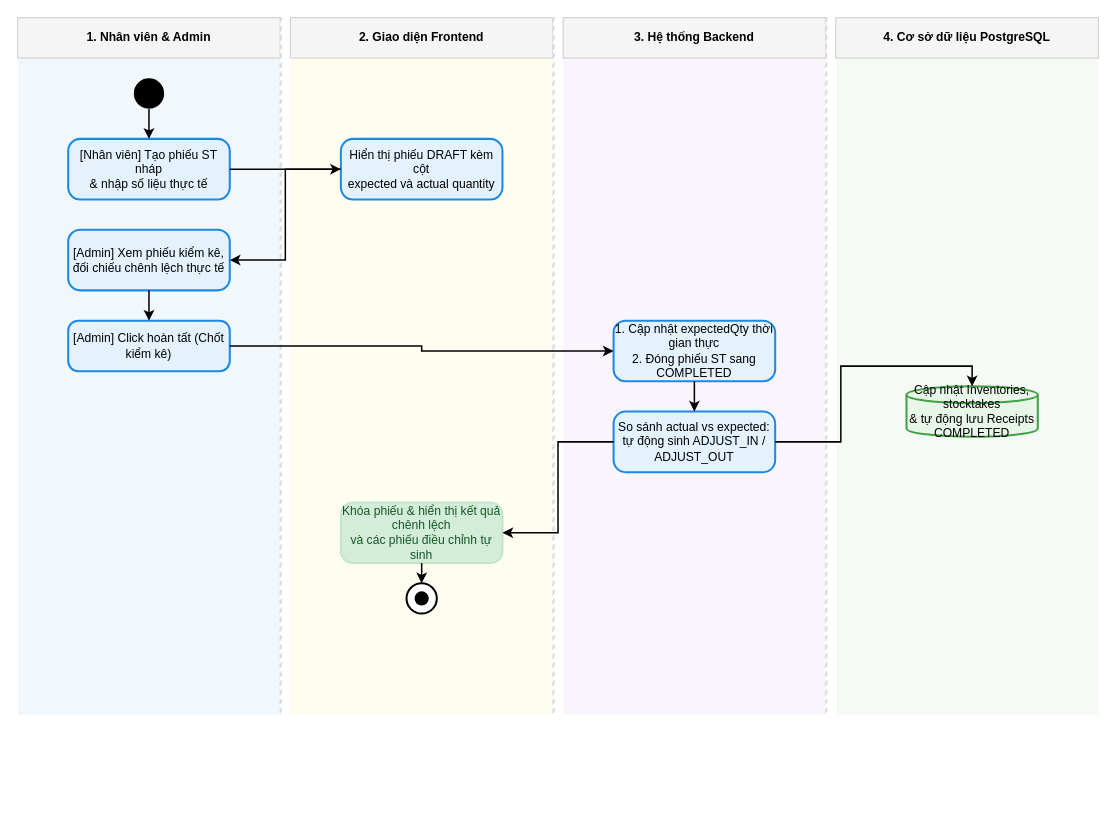
Before: diagrams/admin/chuc_nang_kiem_ke_kho_admin.drawio in Nghiatv2006/KhoHang, a draw.io diagram. Source tidied: cells renumbered, new cells numbered last; positions are measured from the earlier drawing's top-left corner, leaving out a move shared by most shapes. Both pictures are drawn from the tidied source at 101%, with x=0, y=0 at pixel (17, 17).
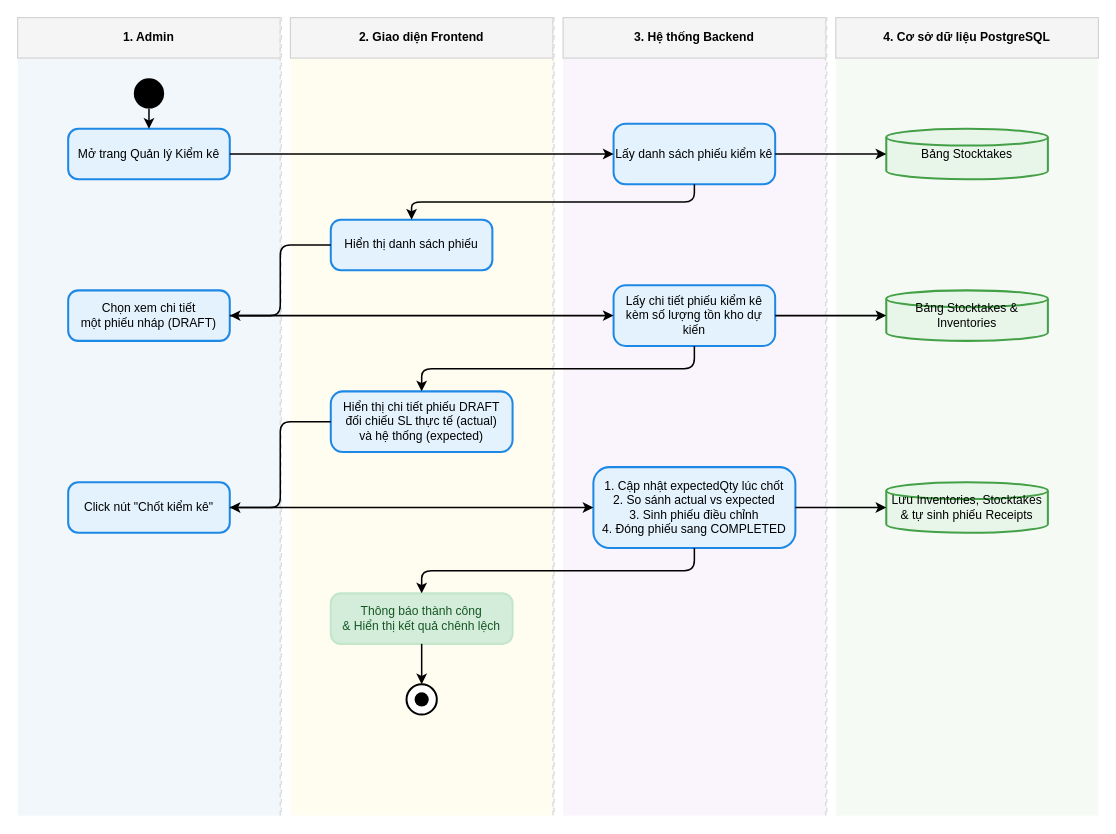
The same page after the edit.

Unchanged cells that the change refers to:
```xml
<mxCell id="13" style="ellipse;whiteSpace=wrap;html=1;fillColor=#000000;strokeColor=none;" parent="1" vertex="1">
  <mxGeometry x="115" y="60" width="30" height="30" as="geometry" />
</mxCell>
```

The edit, as a diff of the source:
```diff
@@
     <mxCell id="2" style="fillColor=#f2f7fc;strokeColor=none;" parent="1" vertex="1">
-      <mxGeometry y="40" width="260" height="650" as="geometry" />
+      <mxGeometry y="40" width="260" height="750" as="geometry" />
     </mxCell>
-    <mxCell id="3" value="1. Nhân viên &amp; Admin" style="fillColor=#f5f5f5;strokeColor=#cccccc;fontStyle=1;align=center;whiteSpace=wrap;html=1;" parent="1" vertex="1">
+    <mxCell id="3" value="1. Admin" style="fillColor=#f5f5f5;strokeColor=#cccccc;fontStyle=1;align=center;whiteSpace=wrap;html=1;" parent="1" vertex="1">
       <mxGeometry width="260" height="40" as="geometry" />
     </mxCell>
     <mxCell id="4" style="fillColor=#fffdf0;strokeColor=none;" parent="1" vertex="1">
-      <mxGeometry x="270" y="40" width="260" height="650" as="geometry" />
+      <mxGeometry x="270" y="40" width="260" height="750" as="geometry" />
     </mxCell>
@@
     <mxCell id="6" style="fillColor=#faf5fc;strokeColor=none;" parent="1" vertex="1">
-      <mxGeometry x="540" y="40" width="260" height="650" as="geometry" />
+      <mxGeometry x="540" y="40" width="260" height="750" as="geometry" />
     </mxCell>
@@
     <mxCell id="8" style="fillColor=#f5faf5;strokeColor=none;" parent="1" vertex="1">
-      <mxGeometry x="810" y="40" width="260" height="650" as="geometry" />
+      <mxGeometry x="810" y="40" width="260" height="750" as="geometry" />
     </mxCell>
@@
     <mxCell id="10" style="endArrow=none;dashed=1;html=1;strokeColor=#dddddd;strokeWidth=1.5;" parent="1" vertex="1">
-      <mxGeometry x="260" width="1" height="690" as="geometry" />
+      <mxGeometry x="260" width="1" height="790" as="geometry" />
     </mxCell>
     <mxCell id="11" style="endArrow=none;dashed=1;html=1;strokeColor=#dddddd;strokeWidth=1.5;" parent="1" vertex="1">
-      <mxGeometry x="530" width="1" height="690" as="geometry" />
+      <mxGeometry x="530" width="1" height="790" as="geometry" />
     </mxCell>
     <mxCell id="12" style="endArrow=none;dashed=1;html=1;strokeColor=#dddddd;strokeWidth=1.5;" parent="1" vertex="1">
-      <mxGeometry x="800" width="1" height="690" as="geometry" />
+      <mxGeometry x="800" width="1" height="790" as="geometry" />
     </mxCell>
@@
-    <mxCell id="14" value="[Nhân viên] Tạo phiếu ST nháp&lt;br/&gt;&amp; nhập số liệu thực tế" style="rounded=1;whiteSpace=wrap;html=1;arcSize=20;fillColor=#e3f2fd;strokeColor=#1e88e5;strokeWidth=2;fontColor=#000000;align=center;" parent="1" vertex="1">
-      <mxGeometry x="50" y="120" width="160" height="60" as="geometry" />
+    <mxCell id="14" value="Mở trang Quản lý Kiểm kê" style="rounded=1;whiteSpace=wrap;html=1;arcSize=20;fillColor=#e3f2fd;strokeColor=#1e88e5;strokeWidth=2;fontColor=#000000;align=center;" parent="1" vertex="1">
+      <mxGeometry x="50" y="110" width="160" height="50" as="geometry" />
     </mxCell>
+    <mxCell id="18" value="Lấy danh sách phiếu kiểm kê" style="rounded=1;whiteSpace=wrap;html=1;arcSize=20;fillColor=#e3f2fd;strokeColor=#1e88e5;strokeWidth=2;fontColor=#000000;align=center;" parent="1" vertex="1">
+      <mxGeometry x="590" y="105" width="160" height="60" as="geometry" />
+    </mxCell>
+    <mxCell id="20" value="Bảng Stocktakes" style="strokeWidth=2;html=1;shape=mxgraph.flowchart.database;whiteSpace=wrap;fillColor=#e8f5e9;strokeColor=#43a047;fontColor=#000000;align=center;" parent="1" vertex="1">
+      <mxGeometry x="860" y="110" width="160" height="50" as="geometry" />
+    </mxCell>
-    <mxCell id="15" value="Hiển thị phiếu DRAFT kèm cột&lt;br/&gt;expected và actual quantity" style="rounded=1;whiteSpace=wrap;html=1;arcSize=20;fillColor=#e3f2fd;strokeColor=#1e88e5;strokeWidth=2;fontColor=#000000;align=center;" parent="1" vertex="1">
-      <mxGeometry x="320" y="120" width="160" height="60" as="geometry" />
+    <mxCell id="15" value="Hiển thị danh sách phiếu" style="rounded=1;whiteSpace=wrap;html=1;arcSize=20;fillColor=#e3f2fd;strokeColor=#1e88e5;strokeWidth=2;fontColor=#000000;align=center;" parent="1" vertex="1">
+      <mxGeometry x="310" y="200" width="160" height="50" as="geometry" />
     </mxCell>
-    <mxCell id="16" value="[Admin] Xem phiếu kiểm kê,&lt;br/&gt;đối chiếu chênh lệch thực tế" style="rounded=1;whiteSpace=wrap;html=1;arcSize=20;fillColor=#e3f2fd;strokeColor=#1e88e5;strokeWidth=2;fontColor=#000000;align=center;" parent="1" vertex="1">
-      <mxGeometry x="50" y="210" width="160" height="60" as="geometry" />
+    <mxCell id="16" value="Chọn xem chi tiết&lt;br/&gt;một phiếu nháp (DRAFT)" style="rounded=1;whiteSpace=wrap;html=1;arcSize=20;fillColor=#e3f2fd;strokeColor=#1e88e5;strokeWidth=2;fontColor=#000000;align=center;" parent="1" vertex="1">
+      <mxGeometry x="50" y="270" width="160" height="50" as="geometry" />
     </mxCell>
+    <mxCell id="19" value="Lấy chi tiết phiếu kiểm kê&lt;br/&gt;kèm số lượng tồn kho dự kiến" style="rounded=1;whiteSpace=wrap;html=1;arcSize=20;fillColor=#e3f2fd;strokeColor=#1e88e5;strokeWidth=2;fontColor=#000000;align=center;" parent="1" vertex="1">
+      <mxGeometry x="590" y="265" width="160" height="60" as="geometry" />
+    </mxCell>
+    <mxCell id="33" value="Bảng Stocktakes &amp; Inventories" style="strokeWidth=2;html=1;shape=mxgraph.flowchart.database;whiteSpace=wrap;fillColor=#e8f5e9;strokeColor=#43a047;fontColor=#000000;align=center;" parent="1" vertex="1">
+      <mxGeometry x="860" y="270" width="160" height="50" as="geometry" />
+    </mxCell>
+    <mxCell id="21" value="Hiển thị chi tiết phiếu DRAFT&lt;br/&gt;đối chiếu SL thực tế (actual)&lt;br/&gt;và hệ thống (expected)" style="rounded=1;whiteSpace=wrap;html=1;arcSize=20;fillColor=#e3f2fd;strokeColor=#1e88e5;strokeWidth=2;fontColor=#000000;align=center;" parent="1" vertex="1">
+      <mxGeometry x="310" y="370" width="180" height="60" as="geometry" />
+    </mxCell>
-    <mxCell id="17" value="[Admin] Click hoàn tất (Chốt kiểm kê)" style="rounded=1;whiteSpace=wrap;html=1;arcSize=20;fillColor=#e3f2fd;strokeColor=#1e88e5;strokeWidth=2;fontColor=#000000;align=center;" parent="1" vertex="1">
-      <mxGeometry x="50" y="300" width="160" height="50" as="geometry" />
+    <mxCell id="17" value="Click nút &quot;Chốt kiểm kê&quot;" style="rounded=1;whiteSpace=wrap;html=1;arcSize=20;fillColor=#e3f2fd;strokeColor=#1e88e5;strokeWidth=2;fontColor=#000000;align=center;" parent="1" vertex="1">
+      <mxGeometry x="50" y="460" width="160" height="50" as="geometry" />
     </mxCell>
-    <mxCell id="18" value="1. Cập nhật expectedQty thời gian thực&lt;br/&gt;2. Đóng phiếu ST sang COMPLETED" style="rounded=1;whiteSpace=wrap;html=1;arcSize=20;fillColor=#e3f2fd;strokeColor=#1e88e5;strokeWidth=2;fontColor=#000000;align=center;" parent="1" vertex="1">
-      <mxGeometry x="590" y="300" width="160" height="60" as="geometry" />
-    </mxCell>
-    <mxCell id="19" value="So sánh actual vs expected:&lt;br/&gt;tự động sinh ADJUST_IN / ADJUST_OUT" style="rounded=1;whiteSpace=wrap;html=1;arcSize=20;fillColor=#e3f2fd;strokeColor=#1e88e5;strokeWidth=2;fontColor=#000000;align=center;" parent="1" vertex="1">
-      <mxGeometry x="590" y="390" width="160" height="60" as="geometry" />
-    </mxCell>
-    <mxCell id="20" value="Cập nhật Inventories, stocktakes&lt;br/&gt;&amp; tự động lưu Receipts COMPLETED" style="strokeWidth=2;html=1;shape=mxgraph.flowchart.database;whiteSpace=wrap;fillColor=#e8f5e9;strokeColor=#43a047;fontColor=#000000;align=center;" parent="1" vertex="1">
-      <mxGeometry x="880" y="365" width="130" height="50" as="geometry" />
-    </mxCell>
-    <mxCell id="21" value="Khóa phiếu &amp; hiển thị kết quả chênh lệch&lt;br/&gt;và các phiếu điều chỉnh tự sinh" style="rounded=1;whiteSpace=wrap;html=1;arcSize=20;fillColor=#d4edda;strokeColor=#c3e6cb;strokeWidth=2;fontColor=#155724;align=center;" parent="1" vertex="1">
-      <mxGeometry x="320" y="480" width="160" height="60" as="geometry" />
-    </mxCell>
+    <mxCell id="34" value="1. Cập nhật expectedQty lúc chốt&lt;br/&gt;2. So sánh actual vs expected&lt;br/&gt;3. Sinh phiếu điều chỉnh&lt;br/&gt;4. Đóng phiếu sang COMPLETED" style="rounded=1;whiteSpace=wrap;html=1;arcSize=20;fillColor=#e3f2fd;strokeColor=#1e88e5;strokeWidth=2;fontColor=#000000;align=center;" parent="1" vertex="1">
+      <mxGeometry x="570" y="445" width="200" height="80" as="geometry" />
+    </mxCell>
+    <mxCell id="35" value="Lưu Inventories, Stocktakes&lt;br/&gt;&amp; tự sinh phiếu Receipts" style="strokeWidth=2;html=1;shape=mxgraph.flowchart.database;whiteSpace=wrap;fillColor=#e8f5e9;strokeColor=#43a047;fontColor=#000000;align=center;" parent="1" vertex="1">
+      <mxGeometry x="860" y="460" width="160" height="50" as="geometry" />
+    </mxCell>
+    <mxCell id="36" value="Thông báo thành công&lt;br/&gt;&amp; Hiển thị kết quả chênh lệch" style="rounded=1;whiteSpace=wrap;html=1;arcSize=20;fillColor=#d4edda;strokeColor=#c3e6cb;strokeWidth=2;fontColor=#155724;align=center;" parent="1" vertex="1">
+      <mxGeometry x="310" y="570" width="180" height="50" as="geometry" />
+    </mxCell>
     <mxCell id="22" style="ellipse;whiteSpace=wrap;html=1;fillColor=#ffffff;strokeColor=#000000;strokeWidth=2;" parent="1" vertex="1">
-      <mxGeometry x="385" y="560" width="30" height="30" as="geometry" />
+      <mxGeometry x="385" y="660" width="30" height="30" as="geometry" />
     </mxCell>
     <mxCell id="23" style="ellipse;whiteSpace=wrap;html=1;fillColor=#000000;strokeColor=none;" parent="1" vertex="1">
-      <mxGeometry x="393" y="568" width="14" height="14" as="geometry" />
+      <mxGeometry x="393" y="668" width="14" height="14" as="geometry" />
     </mxCell>
-    <mxCell id="24" style="edgeStyle=orthogonalEdgeStyle;rounded=0;jettySize=auto;html=1;strokeColor=#000000;strokeWidth=1.5;endArrow=classic;" parent="1" edge="1" source="13" target="14">
+    <mxCell id="24" style="edgeStyle=orthogonalEdgeStyle;html=1;strokeColor=#000000;strokeWidth=1.5;endArrow=classic;" parent="1" edge="1" source="13" target="14">
       <mxGeometry relative="1" as="geometry" />
     </mxCell>
-    <mxCell id="25" style="edgeStyle=orthogonalEdgeStyle;rounded=0;jettySize=auto;html=1;strokeColor=#000000;strokeWidth=1.5;endArrow=classic;exitX=1;exitY=0.5;entryX=0;entryY=0.5;" parent="1" edge="1" source="14" target="15">
-      <mxGeometry relative="1" as="geometry" />
-    </mxCell>
+    <mxCell id="37" style="edgeStyle=orthogonalEdgeStyle;html=1;strokeColor=#000000;strokeWidth=1.5;endArrow=classic;exitX=1;exitY=0.5;entryX=0;entryY=0.5;" parent="1" edge="1" source="14" target="18">
+      <mxGeometry relative="1" as="geometry" />
+    </mxCell>
+    <mxCell id="38" style="edgeStyle=orthogonalEdgeStyle;html=1;strokeColor=#000000;strokeWidth=1.5;endArrow=classic;exitX=1;exitY=0.5;entryX=0;entryY=0.5;" parent="1" edge="1" source="18" target="20">
+      <mxGeometry relative="1" as="geometry" />
+    </mxCell>
+    <mxCell id="39" style="edgeStyle=orthogonalEdgeStyle;html=1;strokeColor=#000000;strokeWidth=1.5;endArrow=classic;exitX=0.5;exitY=1;entryX=0.5;entryY=0;" parent="1" edge="1" source="18" target="15">
+      <mxGeometry relative="1" as="geometry" />
+    </mxCell>
-    <mxCell id="26" style="edgeStyle=orthogonalEdgeStyle;rounded=0;jettySize=auto;html=1;strokeColor=#000000;strokeWidth=1.5;endArrow=classic;exitX=0;exitY=0.5;entryX=1;entryY=0.5;" parent="1" edge="1" source="15" target="16">
+    <mxCell id="26" style="edgeStyle=orthogonalEdgeStyle;html=1;strokeColor=#000000;strokeWidth=1.5;endArrow=classic;exitX=0;exitY=0.5;entryX=1;entryY=0.5;" parent="1" edge="1" source="15" target="16">
       <mxGeometry relative="1" as="geometry" />
     </mxCell>
-    <mxCell id="27" style="edgeStyle=orthogonalEdgeStyle;rounded=0;jettySize=auto;html=1;strokeColor=#000000;strokeWidth=1.5;endArrow=classic;exitX=0.5;exitY=1;entryX=0.5;entryY=0;" parent="1" edge="1" source="16" target="17">
-      <mxGeometry relative="1" as="geometry" />
-    </mxCell>
-    <mxCell id="28" style="edgeStyle=orthogonalEdgeStyle;rounded=0;jettySize=auto;html=1;strokeColor=#000000;strokeWidth=1.5;endArrow=classic;exitX=1;exitY=0.5;entryX=0;entryY=0.5;" parent="1" edge="1" source="17" target="18">
-      <mxGeometry relative="1" as="geometry" />
-    </mxCell>
-    <mxCell id="29" style="edgeStyle=orthogonalEdgeStyle;rounded=0;jettySize=auto;html=1;strokeColor=#000000;strokeWidth=1.5;endArrow=classic;exitX=0.5;exitY=1;entryX=0.5;entryY=0;" parent="1" edge="1" source="18" target="19">
-      <mxGeometry relative="1" as="geometry" />
-    </mxCell>
-    <mxCell id="30" style="edgeStyle=orthogonalEdgeStyle;rounded=0;jettySize=auto;html=1;strokeColor=#000000;strokeWidth=1.5;endArrow=classic;exitX=1;exitY=0.5;entryX=0.5;entryY=0;" parent="1" edge="1" source="19" target="20">
-      <mxGeometry relative="1" as="geometry" />
-    </mxCell>
+    <mxCell id="40" style="edgeStyle=orthogonalEdgeStyle;html=1;strokeColor=#000000;strokeWidth=1.5;endArrow=classic;exitX=1;exitY=0.5;entryX=0;entryY=0.5;" parent="1" edge="1" source="16" target="19">
+      <mxGeometry relative="1" as="geometry" />
+    </mxCell>
+    <mxCell id="41" style="edgeStyle=orthogonalEdgeStyle;html=1;strokeColor=#000000;strokeWidth=1.5;endArrow=classic;exitX=1;exitY=0.5;entryX=0;entryY=0.5;" parent="1" edge="1" source="19" target="33">
+      <mxGeometry relative="1" as="geometry" />
+    </mxCell>
-    <mxCell id="31" style="edgeStyle=orthogonalEdgeStyle;rounded=0;jettySize=auto;html=1;strokeColor=#000000;strokeWidth=1.5;endArrow=classic;exitX=0;exitY=0.5;entryX=1;entryY=0.5;" parent="1" edge="1" source="19" target="21">
+    <mxCell id="31" style="edgeStyle=orthogonalEdgeStyle;html=1;strokeColor=#000000;strokeWidth=1.5;endArrow=classic;exitX=0.5;exitY=1;entryX=0.5;entryY=0;" parent="1" edge="1" source="19" target="21">
       <mxGeometry relative="1" as="geometry" />
     </mxCell>
-    <mxCell id="32" style="edgeStyle=orthogonalEdgeStyle;rounded=0;jettySize=auto;html=1;strokeColor=#000000;strokeWidth=1.5;endArrow=classic;exitX=0.5;exitY=1;entryX=0.5;entryY=0;" parent="1" edge="1" source="21" target="22">
-      <mxGeometry relative="1" as="geometry" />
-    </mxCell>
+    <mxCell id="42" style="edgeStyle=orthogonalEdgeStyle;html=1;strokeColor=#000000;strokeWidth=1.5;endArrow=classic;exitX=0;exitY=0.5;entryX=1;entryY=0.5;" parent="1" edge="1" source="21" target="17">
+      <mxGeometry relative="1" as="geometry" />
+    </mxCell>
+    <mxCell id="43" style="edgeStyle=orthogonalEdgeStyle;html=1;strokeColor=#000000;strokeWidth=1.5;endArrow=classic;exitX=1;exitY=0.5;entryX=0;entryY=0.5;" parent="1" edge="1" source="17" target="34">
+      <mxGeometry relative="1" as="geometry" />
+    </mxCell>
+    <mxCell id="44" style="edgeStyle=orthogonalEdgeStyle;html=1;strokeColor=#000000;strokeWidth=1.5;endArrow=classic;exitX=1;exitY=0.5;entryX=0;entryY=0.5;" parent="1" edge="1" source="34" target="35">
+      <mxGeometry relative="1" as="geometry" />
+    </mxCell>
+    <mxCell id="45" style="edgeStyle=orthogonalEdgeStyle;html=1;strokeColor=#000000;strokeWidth=1.5;endArrow=classic;exitX=0.5;exitY=1;entryX=0.5;entryY=0;" parent="1" edge="1" source="34" target="36">
+      <mxGeometry relative="1" as="geometry" />
+    </mxCell>
+    <mxCell id="46" style="edgeStyle=orthogonalEdgeStyle;html=1;strokeColor=#000000;strokeWidth=1.5;endArrow=classic;exitX=0.5;exitY=1;entryX=0.5;entryY=0;" parent="1" edge="1" source="36" target="22">
+      <mxGeometry relative="1" as="geometry" />
+    </mxCell>
```
